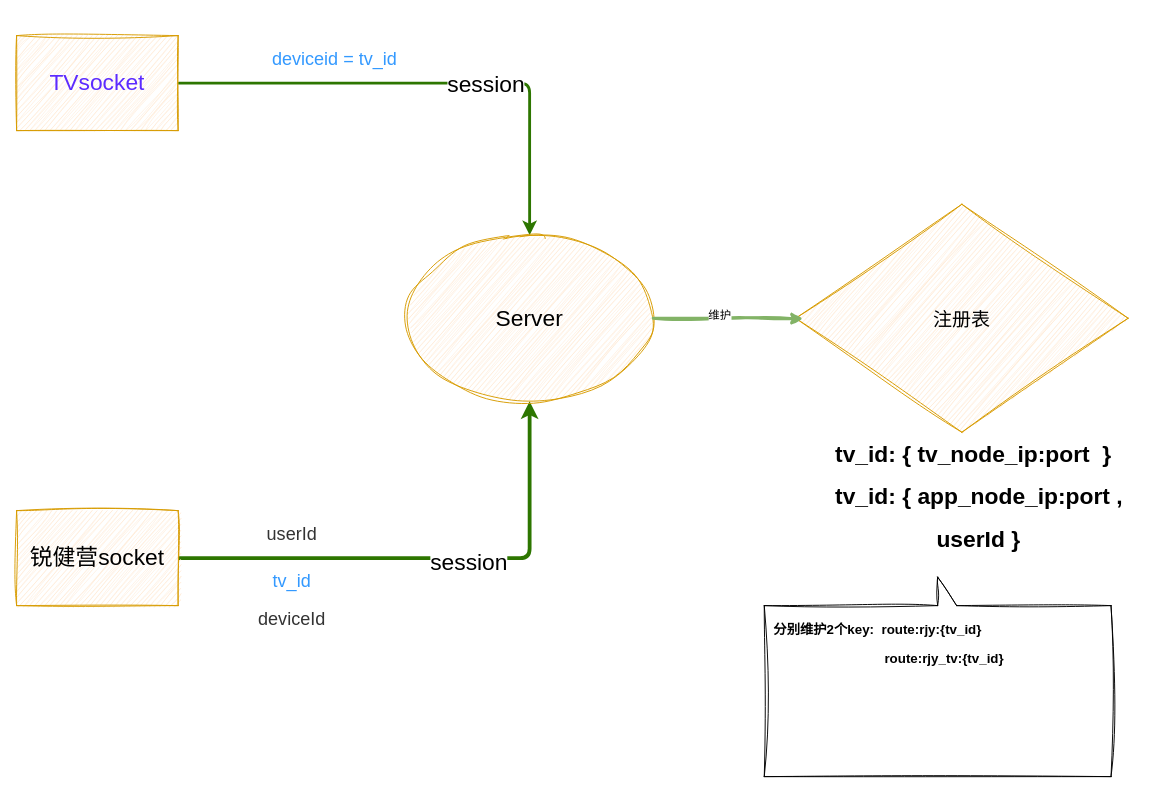
The draw.io diagram page "锐健营TV websocket设计" (6 of 6) of GCroot.drawio in nayouzhenai/java_web, before the edit. Source tidied: cells renumbered, new cells numbered last; positions are measured from the earlier drawing's top-left corner, leaving out a move shared by most shapes. Both pictures are drawn from the tidied source at 95%, with x=0, y=0 at pixel (16, 35).
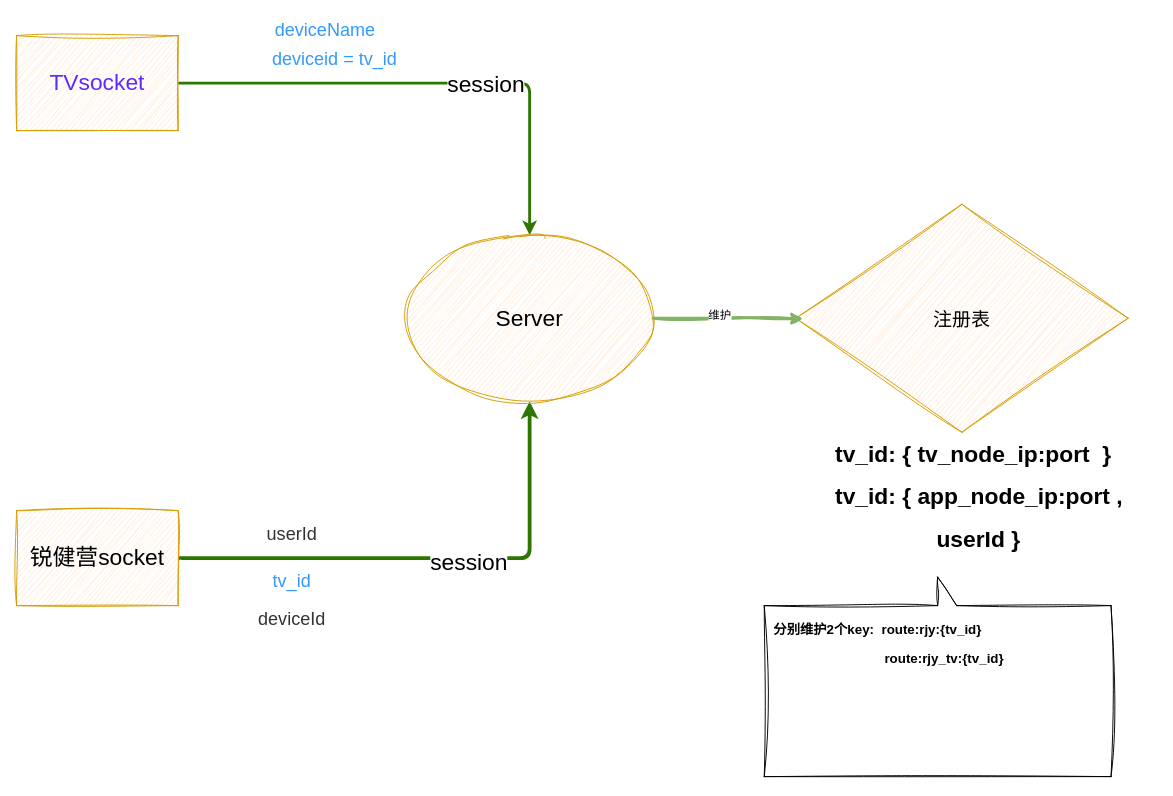
The same diagram, later.

What changed in the source:
```diff
@@
 <mxGraphModel>
   <root>
     <mxCell id="0" />
     <mxCell id="1" parent="0" />
     <mxCell id="2" style="edgeStyle=orthogonalEdgeStyle;rounded=1;jettySize=auto;html=1;exitX=1;exitY=0.5;exitDx=0;exitDy=0;fontFamily=Helvetica;fontSize=12;fontColor=default;curved=0;strokeWidth=3;fillColor=#60a917;strokeColor=#2D7600;" parent="1" edge="1" source="4" target="8">
       <mxGeometry relative="1" as="geometry" />
     </mxCell>
     <mxCell id="3" value="&lt;font style=&quot;font-size: 24px;&quot;&gt;session&lt;/font&gt;" style="edgeLabel;html=1;align=center;verticalAlign=middle;rounded=0;shadow=0;sketch=1;jiggle=2;curveFitting=1;strokeColor=#d79b00;fontFamily=Helvetica;fontSize=12;fontColor=default;fillColor=#ffe6cc;" parent="2" vertex="1">
       <mxGeometry x="0.22" y="-1" relative="1" as="geometry" />
     </mxCell>
     <mxCell id="4" value="&lt;font style=&quot;font-size: 24px; color: rgb(92, 43, 255);&quot;&gt;TVsocket&lt;/font&gt;" style="rounded=0;whiteSpace=wrap;html=1;shadow=0;sketch=1;curveFitting=1;jiggle=2;fillColor=#ffe6cc;strokeColor=#d79b00;" parent="1" vertex="1">
       <mxGeometry width="170" height="100" as="geometry" />
     </mxCell>
     <mxCell id="5" style="edgeStyle=orthogonalEdgeStyle;rounded=1;jettySize=auto;html=1;entryX=0.5;entryY=1;entryDx=0;entryDy=0;fontFamily=Helvetica;fontSize=12;fontColor=default;curved=0;strokeWidth=4;fillColor=#60a917;strokeColor=#2D7600;" parent="1" edge="1" source="7" target="8">
       <mxGeometry relative="1" as="geometry" />
     </mxCell>
     <mxCell id="6" value="&lt;font style=&quot;font-size: 24px;&quot;&gt;session&lt;/font&gt;" style="edgeLabel;html=1;align=center;verticalAlign=middle;rounded=0;shadow=0;sketch=1;jiggle=2;curveFitting=1;strokeColor=#d79b00;fontFamily=Helvetica;fontSize=12;fontColor=default;fillColor=#ffe6cc;" parent="5" vertex="1">
       <mxGeometry x="0.14" y="-4" relative="1" as="geometry" />
     </mxCell>
     <mxCell id="7" value="&lt;span style=&quot;font-size: 24px;&quot;&gt;锐健营socket&lt;/span&gt;" style="rounded=0;whiteSpace=wrap;html=1;shadow=0;sketch=1;curveFitting=1;jiggle=2;fillColor=#ffe6cc;strokeColor=#d79b00;" parent="1" vertex="1">
       <mxGeometry y="500" width="170" height="100" as="geometry" />
     </mxCell>
     <mxCell id="8" value="&lt;font style=&quot;font-size: 24px;&quot;&gt;Server&lt;/font&gt;" style="ellipse;whiteSpace=wrap;html=1;rounded=0;shadow=0;sketch=1;jiggle=2;curveFitting=1;strokeColor=#d79b00;align=center;verticalAlign=middle;fontFamily=Helvetica;fontSize=12;fontColor=default;fillColor=#ffe6cc;" parent="1" vertex="1">
       <mxGeometry x="410" y="210" width="260" height="175" as="geometry" />
     </mxCell>
     <mxCell id="9" value="&lt;font style=&quot;font-size: 19px; color: rgb(51, 51, 51);&quot;&gt;userId&lt;/font&gt;" style="text;html=1;align=center;verticalAlign=middle;whiteSpace=wrap;rounded=0;fontFamily=Helvetica;fontSize=12;fontColor=default;" parent="1" vertex="1">
       <mxGeometry x="260" y="510" width="60" height="30" as="geometry" />
     </mxCell>
     <mxCell id="10" value="&lt;font style=&quot;font-size: 19px; color: rgb(51, 153, 255);&quot;&gt;deviceid = tv_id&lt;/font&gt;" style="text;html=1;align=center;verticalAlign=middle;whiteSpace=wrap;rounded=0;fontFamily=Helvetica;fontSize=12;fontColor=default;" parent="1" vertex="1">
       <mxGeometry x="250" y="10" width="170" height="30" as="geometry" />
     </mxCell>
     <mxCell id="11" value="&lt;font style=&quot;font-size: 20px;&quot;&gt;注册表&lt;/font&gt;" style="rhombus;whiteSpace=wrap;html=1;rounded=0;shadow=0;sketch=1;jiggle=2;curveFitting=1;strokeColor=#d79b00;align=center;verticalAlign=middle;fontFamily=Helvetica;fontSize=12;fontColor=default;fillColor=#ffe6cc;" parent="1" vertex="1">
       <mxGeometry x="820" y="177.5" width="350" height="240" as="geometry" />
     </mxCell>
     <mxCell id="12" style="edgeStyle=orthogonalEdgeStyle;rounded=0;jettySize=auto;html=1;exitX=1;exitY=0.5;exitDx=0;exitDy=0;entryX=0.023;entryY=0.502;entryDx=0;entryDy=0;entryPerimeter=0;fontFamily=Helvetica;fontSize=12;fontColor=default;strokeWidth=3;shadow=0;sketch=1;curveFitting=1;jiggle=2;fillColor=#d5e8d4;strokeColor=#82b366;" parent="1" edge="1" source="8" target="11">
       <mxGeometry relative="1" as="geometry" />
     </mxCell>
     <mxCell id="13" value="维护" style="edgeLabel;html=1;align=center;verticalAlign=middle;rounded=0;shadow=0;sketch=1;jiggle=2;curveFitting=1;strokeColor=#d79b00;fontFamily=Helvetica;fontSize=12;fontColor=default;fillColor=#ffe6cc;" parent="12" vertex="1">
       <mxGeometry x="-0.13" y="3" relative="1" as="geometry" />
     </mxCell>
     <mxCell id="14" value="&lt;h1 style=&quot;margin-top: 0px;&quot;&gt;tv_id: { tv_node_ip:port&amp;nbsp; }&lt;/h1&gt;&lt;div&gt;&lt;h1 style=&quot;margin-top: 0px;&quot;&gt;tv_id: { app_node_ip:port ,&lt;/h1&gt;&lt;h1 style=&quot;margin-top: 0px;&quot;&gt;&lt;span style=&quot;white-space: pre;&quot;&gt;&#9;&lt;/span&gt;&lt;span style=&quot;white-space: pre;&quot;&gt;&#9;&lt;/span&gt;userId&amp;nbsp;}&lt;/h1&gt;&lt;/div&gt;" style="text;html=1;whiteSpace=wrap;overflow=hidden;rounded=0;fontFamily=Helvetica;fontSize=12;fontColor=default;" parent="1" vertex="1">
       <mxGeometry x="860" y="420" width="340" height="150" as="geometry" />
     </mxCell>
     <mxCell id="15" value="&lt;font style=&quot;font-size: 19px; color: rgb(51, 153, 255);&quot;&gt;tv_id&lt;/font&gt;" style="text;html=1;align=center;verticalAlign=middle;whiteSpace=wrap;rounded=0;fontFamily=Helvetica;fontSize=12;fontColor=default;" parent="1" vertex="1">
       <mxGeometry x="260" y="560" width="60" height="30" as="geometry" />
     </mxCell>
     <mxCell id="16" value="&lt;font color=&quot;#333333&quot;&gt;&lt;span style=&quot;font-size: 19px;&quot;&gt;deviceId&lt;/span&gt;&lt;/font&gt;" style="text;html=1;align=center;verticalAlign=middle;whiteSpace=wrap;rounded=0;fontFamily=Helvetica;fontSize=12;fontColor=default;" parent="1" vertex="1">
       <mxGeometry x="260" y="600" width="60" height="30" as="geometry" />
     </mxCell>
     <mxCell id="17" value="&lt;blockquote style=&quot;margin: 0 0 0 40px; border: none; padding: 0px;&quot;&gt;&lt;div&gt;&lt;br&gt;&lt;/div&gt;&lt;/blockquote&gt;" style="shape=callout;whiteSpace=wrap;html=1;perimeter=calloutPerimeter;rounded=0;shadow=0;sketch=1;jiggle=2;curveFitting=1;align=right;verticalAlign=middle;fontFamily=Helvetica;fontSize=12;rotation=-180;direction=east;flipH=1;" parent="1" vertex="1">
       <mxGeometry x="787" y="570" width="365" height="210" as="geometry" />
     </mxCell>
     <mxCell id="18" value="&lt;h3 style=&quot;margin-top: 0px;&quot;&gt;分别维护2个key:&amp;nbsp;&amp;nbsp;route:rjy:{tv_id}&amp;nbsp;&lt;/h3&gt;&lt;h3&gt;&lt;span style=&quot;white-space: pre;&quot;&gt;&#9;&lt;/span&gt;&lt;span style=&quot;white-space: pre;&quot;&gt;&#9;&lt;/span&gt;&amp;nbsp; &amp;nbsp; &amp;nbsp; &amp;nbsp; &amp;nbsp; &amp;nbsp; &amp;nbsp; route:rjy_tv:{tv_id}&lt;/h3&gt;" style="text;html=1;whiteSpace=wrap;overflow=hidden;rounded=0;fontFamily=Helvetica;fontSize=12;fontColor=default;" parent="1" vertex="1">
       <mxGeometry x="794.5" y="610" width="350" height="170" as="geometry" />
     </mxCell>
+    <mxCell id="19" value="&lt;font style=&quot;font-size: 19px; color: rgb(51, 153, 255);&quot;&gt;deviceName&lt;/font&gt;" style="text;html=1;align=center;verticalAlign=middle;whiteSpace=wrap;rounded=0;fontFamily=Helvetica;fontSize=12;fontColor=default;" parent="1" vertex="1">
+      <mxGeometry x="240" y="-20" width="170" height="30" as="geometry" />
+    </mxCell>
   </root>
 </mxGraphModel>
```
